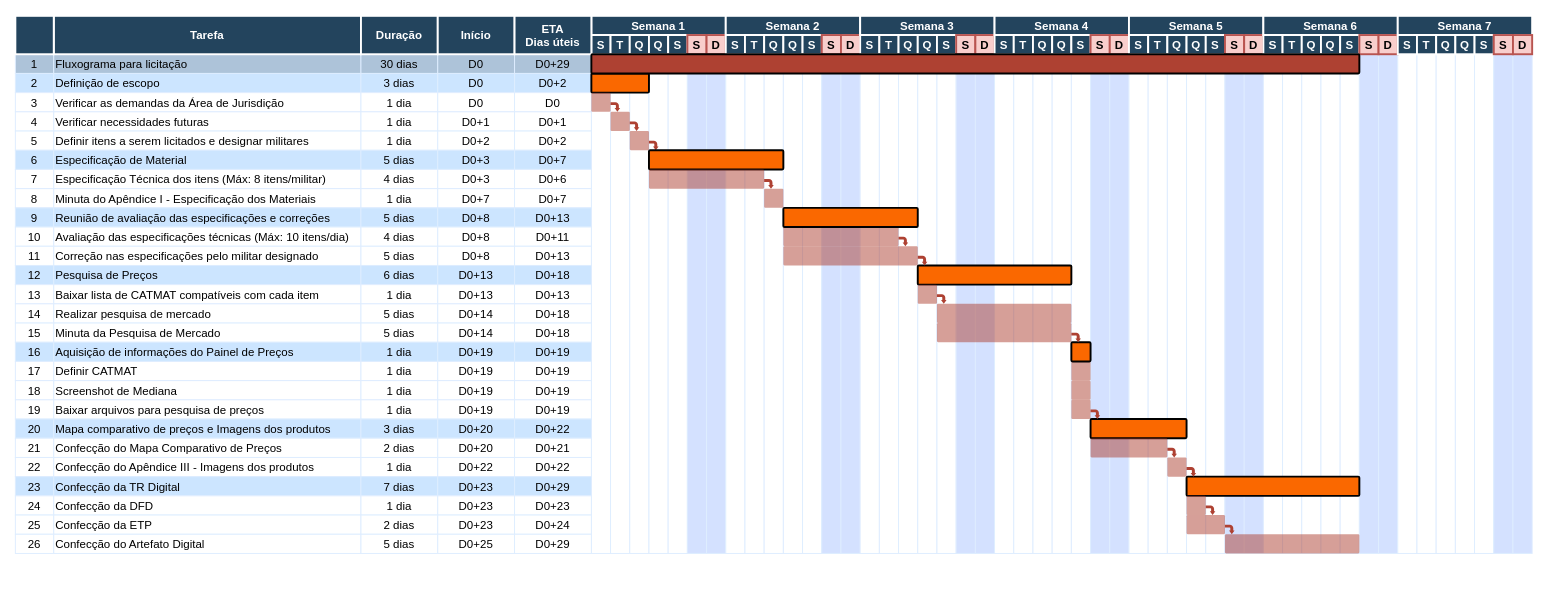
Above: Diagrama_Gant_Licitacao.drawio in Joaovictor-gf/draw.io (draw.io), before the change. Source tidied: cells renumbered, new cells numbered last; positions are measured from the earlier drawing's top-left corner, leaving out a move shared by most shapes. Both pictures are drawn from the tidied source at 96%, with x=0, y=0 at pixel (14, 15).
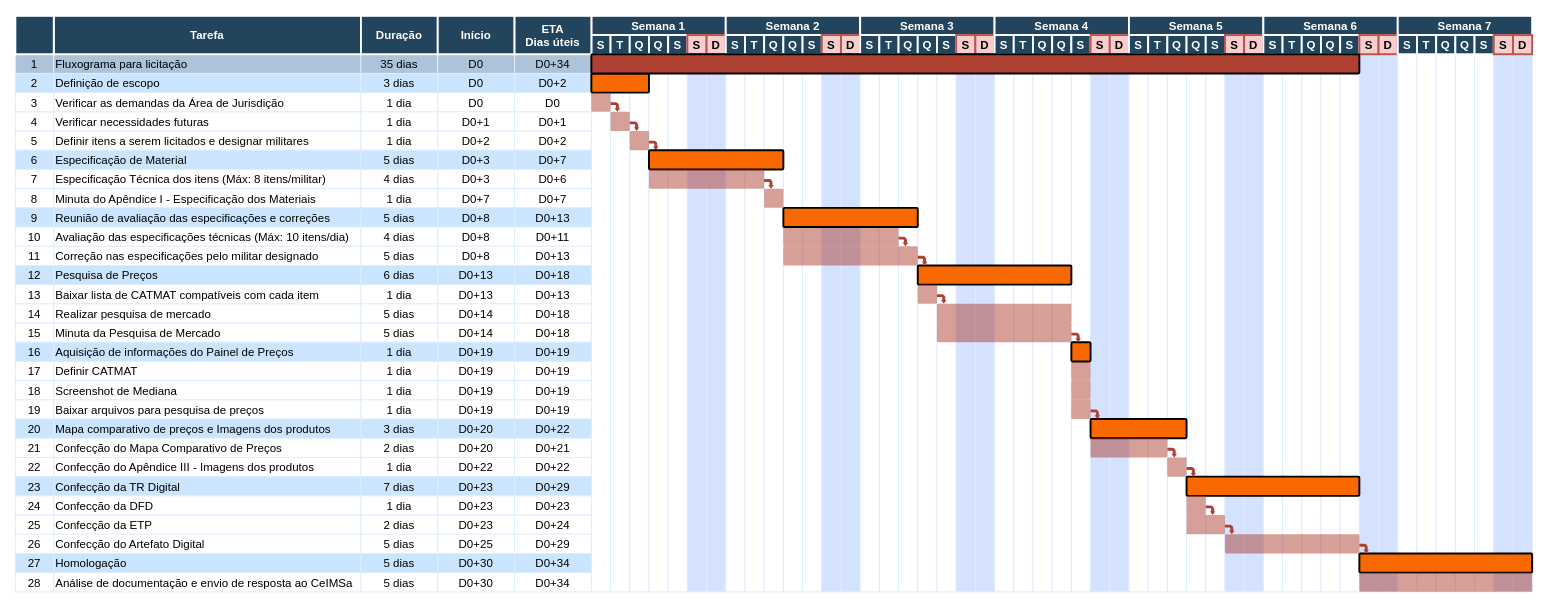
After the change.

Commit message:
Inserção de etapa de homologação Diagrama_Gant_Licitacao.drawio

Diff of the diagram source:
```diff
@@
-    <mxCell id="4" value="30 dias" style="strokeColor=#DEEDFF;fillColor=#ADC3D9;" parent="1" vertex="1">
+    <mxCell id="4" value="35 dias" style="strokeColor=#DEEDFF;fillColor=#ADC3D9;" parent="1" vertex="1">
       <mxGeometry x="360.5" y="40" width="80" height="20" as="geometry" />
     </mxCell>
@@
-    <mxCell id="6" value="D0+29" style="strokeColor=#DEEDFF;fillColor=#ADC3D9;" parent="1" vertex="1">
+    <mxCell id="6" value="D0+34" style="strokeColor=#DEEDFF;fillColor=#ADC3D9;" parent="1" vertex="1">
       <mxGeometry x="520.5" y="40" width="80" height="20" as="geometry" />
     </mxCell>
-    <mxCell id="7" style="strokeColor=#DEEDFF;" parent="1" vertex="1">
-      <mxGeometry x="600.5" y="40" width="20" height="520" as="geometry" />
+    <mxCell id="7" style="strokeColor=#DEEDFF;rotation=0;" parent="1" vertex="1">
+      <mxGeometry x="600.5" y="40" width="20" height="560" as="geometry" />
     </mxCell>
@@
-    <mxCell id="133" style="strokeColor=#DEEDFF;" parent="1" vertex="1">
-      <mxGeometry x="620.5" y="40" width="20" height="520" as="geometry" />
+    <mxCell id="133" style="strokeColor=#DEEDFF;rotation=0;" parent="1" vertex="1">
+      <mxGeometry x="620.5" y="40" width="20" height="560" as="geometry" />
     </mxCell>
-    <mxCell id="134" style="strokeColor=#DEEDFF;" parent="1" vertex="1">
-      <mxGeometry x="640.5" y="40" width="20" height="520" as="geometry" />
+    <mxCell id="134" style="strokeColor=#DEEDFF;rotation=0;" parent="1" vertex="1">
+      <mxGeometry x="640.5" y="40" width="20" height="560" as="geometry" />
     </mxCell>
-    <mxCell id="135" style="strokeColor=#DEEDFF;" parent="1" vertex="1">
-      <mxGeometry x="660.5" y="40" width="20" height="520" as="geometry" />
+    <mxCell id="135" style="strokeColor=#DEEDFF;rotation=0;" parent="1" vertex="1">
+      <mxGeometry x="660.5" y="40" width="20" height="560" as="geometry" />
     </mxCell>
-    <mxCell id="136" style="strokeColor=#DEEDFF;" parent="1" vertex="1">
-      <mxGeometry x="680.5" y="40" width="20" height="520" as="geometry" />
+    <mxCell id="136" style="strokeColor=#DEEDFF;rotation=0;" parent="1" vertex="1">
+      <mxGeometry x="680.5" y="40" width="20" height="560" as="geometry" />
     </mxCell>
-    <mxCell id="137" style="strokeColor=#DEEDFF;fillColor=#D4E1FF;" parent="1" vertex="1">
-      <mxGeometry x="700.5" y="40" width="20" height="520" as="geometry" />
+    <mxCell id="137" style="strokeColor=#DEEDFF;fillColor=#D4E1FF;rotation=0;" parent="1" vertex="1">
+      <mxGeometry x="700.5" y="40" width="20" height="560" as="geometry" />
     </mxCell>
-    <mxCell id="138" style="strokeColor=#DEEDFF;fillColor=#D4E1FF;" parent="1" vertex="1">
-      <mxGeometry x="720.5" y="40" width="20" height="520" as="geometry" />
+    <mxCell id="138" style="strokeColor=#DEEDFF;fillColor=#D4E1FF;rotation=0;" parent="1" vertex="1">
+      <mxGeometry x="720.5" y="40" width="20" height="560" as="geometry" />
     </mxCell>
-    <mxCell id="139" style="strokeColor=#DEEDFF;" parent="1" vertex="1">
-      <mxGeometry x="740.5" y="40" width="20" height="520" as="geometry" />
+    <mxCell id="139" style="strokeColor=#DEEDFF;rotation=0;" parent="1" vertex="1">
+      <mxGeometry x="740.5" y="40" width="20" height="560" as="geometry" />
     </mxCell>
-    <mxCell id="140" style="strokeColor=#DEEDFF;" parent="1" vertex="1">
-      <mxGeometry x="760.5" y="40" width="20" height="520" as="geometry" />
+    <mxCell id="140" style="strokeColor=#DEEDFF;rotation=0;" parent="1" vertex="1">
+      <mxGeometry x="760.5" y="40" width="20" height="560" as="geometry" />
     </mxCell>
-    <mxCell id="141" style="strokeColor=#DEEDFF;" parent="1" vertex="1">
-      <mxGeometry x="780.5" y="40" width="20" height="520" as="geometry" />
+    <mxCell id="141" style="strokeColor=#DEEDFF;rotation=0;" parent="1" vertex="1">
+      <mxGeometry x="780.5" y="40" width="20" height="560" as="geometry" />
     </mxCell>
-    <mxCell id="142" style="strokeColor=#DEEDFF;" parent="1" vertex="1">
-      <mxGeometry x="800.5" y="40" width="20" height="520" as="geometry" />
+    <mxCell id="142" style="strokeColor=#DEEDFF;rotation=0;" parent="1" vertex="1">
+      <mxGeometry x="800.5" y="40" width="20" height="560" as="geometry" />
     </mxCell>
-    <mxCell id="143" style="strokeColor=#DEEDFF;" parent="1" vertex="1">
-      <mxGeometry x="820.5" y="40" width="20" height="520" as="geometry" />
+    <mxCell id="143" style="strokeColor=#DEEDFF;rotation=0;" parent="1" vertex="1">
+      <mxGeometry x="820.5" y="40" width="20" height="560" as="geometry" />
     </mxCell>
-    <mxCell id="144" style="strokeColor=#DEEDFF;fillColor=#D4E1FF;" parent="1" vertex="1">
-      <mxGeometry x="840.5" y="40" width="20" height="520" as="geometry" />
+    <mxCell id="144" style="strokeColor=#DEEDFF;fillColor=#D4E1FF;rotation=0;" parent="1" vertex="1">
+      <mxGeometry x="840.5" y="40" width="20" height="560" as="geometry" />
     </mxCell>
-    <mxCell id="145" style="strokeColor=#DEEDFF;fillColor=#D4E1FF;" parent="1" vertex="1">
-      <mxGeometry x="860.5" y="40" width="20" height="520" as="geometry" />
+    <mxCell id="145" style="strokeColor=#DEEDFF;fillColor=#D4E1FF;rotation=0;" parent="1" vertex="1">
+      <mxGeometry x="860.5" y="40" width="20" height="560" as="geometry" />
     </mxCell>
-    <mxCell id="146" style="strokeColor=#DEEDFF;" parent="1" vertex="1">
-      <mxGeometry x="880.5" y="40" width="20" height="520" as="geometry" />
+    <mxCell id="146" style="strokeColor=#DEEDFF;rotation=0;" parent="1" vertex="1">
+      <mxGeometry x="880.5" y="40" width="20" height="560" as="geometry" />
     </mxCell>
-    <mxCell id="147" style="strokeColor=#DEEDFF;" parent="1" vertex="1">
-      <mxGeometry x="900.5" y="40" width="20" height="520" as="geometry" />
+    <mxCell id="147" style="strokeColor=#DEEDFF;rotation=0;" parent="1" vertex="1">
+      <mxGeometry x="900.5" y="40" width="20" height="560" as="geometry" />
     </mxCell>
-    <mxCell id="148" style="strokeColor=#DEEDFF;" parent="1" vertex="1">
-      <mxGeometry x="920.5" y="40" width="20" height="520" as="geometry" />
+    <mxCell id="148" style="strokeColor=#DEEDFF;rotation=0;" parent="1" vertex="1">
+      <mxGeometry x="920.5" y="40" width="20" height="560" as="geometry" />
     </mxCell>
-    <mxCell id="149" style="strokeColor=#DEEDFF;" parent="1" vertex="1">
-      <mxGeometry x="940.5" y="40" width="20" height="520" as="geometry" />
+    <mxCell id="149" style="strokeColor=#DEEDFF;rotation=0;" parent="1" vertex="1">
+      <mxGeometry x="940.5" y="40" width="20" height="560" as="geometry" />
     </mxCell>
-    <mxCell id="150" style="strokeColor=#DEEDFF;" parent="1" vertex="1">
-      <mxGeometry x="960.5" y="40" width="20" height="520" as="geometry" />
+    <mxCell id="150" style="strokeColor=#DEEDFF;rotation=0;" parent="1" vertex="1">
+      <mxGeometry x="960.5" y="40" width="20" height="560" as="geometry" />
     </mxCell>
-    <mxCell id="151" style="strokeColor=#DEEDFF;fillColor=#D4E1FF;" parent="1" vertex="1">
-      <mxGeometry x="980.5" y="40" width="20" height="520" as="geometry" />
+    <mxCell id="151" style="strokeColor=#DEEDFF;fillColor=#D4E1FF;rotation=0;" parent="1" vertex="1">
+      <mxGeometry x="980.5" y="40" width="20" height="560" as="geometry" />
     </mxCell>
-    <mxCell id="152" style="strokeColor=#DEEDFF;fillColor=#D4E1FF;" parent="1" vertex="1">
-      <mxGeometry x="1000.5" y="40" width="20" height="520" as="geometry" />
+    <mxCell id="152" style="strokeColor=#DEEDFF;fillColor=#D4E1FF;rotation=0;" parent="1" vertex="1">
+      <mxGeometry x="1000.5" y="40" width="20" height="560" as="geometry" />
     </mxCell>
-    <mxCell id="153" style="strokeColor=#DEEDFF;" parent="1" vertex="1">
-      <mxGeometry x="1020.5" y="40" width="20" height="520" as="geometry" />
+    <mxCell id="153" style="strokeColor=#DEEDFF;rotation=0;" parent="1" vertex="1">
+      <mxGeometry x="1020.5" y="40" width="20" height="560" as="geometry" />
     </mxCell>
-    <mxCell id="154" style="strokeColor=#DEEDFF;" parent="1" vertex="1">
-      <mxGeometry x="1040.5" y="40" width="20" height="520" as="geometry" />
+    <mxCell id="154" style="strokeColor=#DEEDFF;rotation=0;" parent="1" vertex="1">
+      <mxGeometry x="1040.5" y="40" width="20" height="560" as="geometry" />
     </mxCell>
-    <mxCell id="155" style="strokeColor=#DEEDFF;" parent="1" vertex="1">
-      <mxGeometry x="1060.5" y="40" width="20" height="520" as="geometry" />
+    <mxCell id="155" style="strokeColor=#DEEDFF;rotation=0;" parent="1" vertex="1">
+      <mxGeometry x="1060.5" y="40" width="20" height="560" as="geometry" />
     </mxCell>
-    <mxCell id="156" style="strokeColor=#DEEDFF;" parent="1" vertex="1">
-      <mxGeometry x="1080.5" y="40" width="20" height="520" as="geometry" />
+    <mxCell id="156" style="strokeColor=#DEEDFF;rotation=0;" parent="1" vertex="1">
+      <mxGeometry x="1080.5" y="40" width="20" height="560" as="geometry" />
     </mxCell>
-    <mxCell id="157" style="strokeColor=#DEEDFF;" parent="1" vertex="1">
-      <mxGeometry x="1100.5" y="40" width="20" height="520" as="geometry" />
+    <mxCell id="157" style="strokeColor=#DEEDFF;rotation=0;" parent="1" vertex="1">
+      <mxGeometry x="1100.5" y="40" width="20" height="560" as="geometry" />
     </mxCell>
-    <mxCell id="158" style="strokeColor=#DEEDFF;fillColor=#D4E1FF;" parent="1" vertex="1">
-      <mxGeometry x="1120.5" y="40" width="20" height="520" as="geometry" />
+    <mxCell id="158" style="strokeColor=#DEEDFF;fillColor=#D4E1FF;rotation=0;" parent="1" vertex="1">
+      <mxGeometry x="1120.5" y="40" width="20" height="560" as="geometry" />
     </mxCell>
-    <mxCell id="159" style="strokeColor=#DEEDFF;fillColor=#D4E1FF;" parent="1" vertex="1">
-      <mxGeometry x="1140.5" y="40" width="20" height="520" as="geometry" />
+    <mxCell id="159" style="strokeColor=#DEEDFF;fillColor=#D4E1FF;rotation=0;" parent="1" vertex="1">
+      <mxGeometry x="1140.5" y="40" width="20" height="560" as="geometry" />
     </mxCell>
-    <mxCell id="160" style="strokeColor=#DEEDFF;" parent="1" vertex="1">
-      <mxGeometry x="1160.5" y="40" width="20" height="520" as="geometry" />
+    <mxCell id="160" style="strokeColor=#DEEDFF;rotation=0;" parent="1" vertex="1">
+      <mxGeometry x="1160.5" y="40" width="20" height="560" as="geometry" />
     </mxCell>
-    <mxCell id="161" style="strokeColor=#DEEDFF;" parent="1" vertex="1">
-      <mxGeometry x="1180.5" y="40" width="20" height="520" as="geometry" />
+    <mxCell id="161" style="strokeColor=#DEEDFF;rotation=0;" parent="1" vertex="1">
+      <mxGeometry x="1180.5" y="40" width="20" height="560" as="geometry" />
     </mxCell>
-    <mxCell id="162" style="strokeColor=#DEEDFF;" parent="1" vertex="1">
-      <mxGeometry x="1200.5" y="40" width="20" height="520" as="geometry" />
+    <mxCell id="162" style="strokeColor=#DEEDFF;rotation=0;" parent="1" vertex="1">
+      <mxGeometry x="1200.5" y="40" width="20" height="560" as="geometry" />
     </mxCell>
-    <mxCell id="163" style="strokeColor=#DEEDFF;" parent="1" vertex="1">
-      <mxGeometry x="1220.5" y="40" width="20" height="520" as="geometry" />
+    <mxCell id="163" style="strokeColor=#DEEDFF;rotation=0;" parent="1" vertex="1">
+      <mxGeometry x="1220.5" y="40" width="20" height="560" as="geometry" />
     </mxCell>
-    <mxCell id="164" style="strokeColor=#DEEDFF;" parent="1" vertex="1">
-      <mxGeometry x="1240.5" y="40" width="20" height="520" as="geometry" />
+    <mxCell id="164" style="strokeColor=#DEEDFF;rotation=0;" parent="1" vertex="1">
+      <mxGeometry x="1240.5" y="40" width="20" height="560" as="geometry" />
     </mxCell>
-    <mxCell id="165" style="strokeColor=#DEEDFF;fillColor=#D4E1FF;" parent="1" vertex="1">
-      <mxGeometry x="1260.5" y="40" width="20" height="520" as="geometry" />
+    <mxCell id="165" style="strokeColor=#DEEDFF;fillColor=#D4E1FF;rotation=0;" parent="1" vertex="1">
+      <mxGeometry x="1260.5" y="40" width="20" height="560" as="geometry" />
     </mxCell>
-    <mxCell id="166" style="strokeColor=#DEEDFF;fillColor=#D4E1FF;" parent="1" vertex="1">
-      <mxGeometry x="1280.5" y="40" width="20" height="520" as="geometry" />
+    <mxCell id="166" style="strokeColor=#DEEDFF;fillColor=#D4E1FF;rotation=0;" parent="1" vertex="1">
+      <mxGeometry x="1280.5" y="40" width="20" height="560" as="geometry" />
     </mxCell>
-    <mxCell id="167" style="strokeColor=#DEEDFF;" parent="1" vertex="1">
-      <mxGeometry x="1300.5" y="40" width="20" height="520" as="geometry" />
+    <mxCell id="167" style="strokeColor=#DEEDFF;rotation=0;" parent="1" vertex="1">
+      <mxGeometry x="1300.5" y="40" width="20" height="560" as="geometry" />
     </mxCell>
-    <mxCell id="168" style="strokeColor=#DEEDFF;" parent="1" vertex="1">
-      <mxGeometry x="1320.5" y="40" width="20" height="520" as="geometry" />
+    <mxCell id="168" style="strokeColor=#DEEDFF;rotation=0;" parent="1" vertex="1">
+      <mxGeometry x="1320.5" y="40" width="20" height="560" as="geometry" />
     </mxCell>
-    <mxCell id="169" style="strokeColor=#DEEDFF;" parent="1" vertex="1">
-      <mxGeometry x="1340.5" y="40" width="20" height="520" as="geometry" />
+    <mxCell id="169" style="strokeColor=#DEEDFF;rotation=0;" parent="1" vertex="1">
+      <mxGeometry x="1340.5" y="40" width="20" height="560" as="geometry" />
     </mxCell>
-    <mxCell id="170" style="strokeColor=#DEEDFF;" parent="1" vertex="1">
-      <mxGeometry x="1360.5" y="40" width="20" height="520" as="geometry" />
+    <mxCell id="170" style="strokeColor=#DEEDFF;rotation=0;" parent="1" vertex="1">
+      <mxGeometry x="1360.5" y="40" width="20" height="560" as="geometry" />
     </mxCell>
-    <mxCell id="171" style="strokeColor=#DEEDFF;" parent="1" vertex="1">
-      <mxGeometry x="1380.5" y="40" width="20" height="520" as="geometry" />
+    <mxCell id="171" style="strokeColor=#DEEDFF;rotation=0;" parent="1" vertex="1">
+      <mxGeometry x="1380.5" y="40" width="20" height="560" as="geometry" />
     </mxCell>
-    <mxCell id="172" style="strokeColor=#DEEDFF;fillColor=#D4E1FF;" parent="1" vertex="1">
-      <mxGeometry x="1400.5" y="40" width="20" height="520" as="geometry" />
+    <mxCell id="172" style="strokeColor=#DEEDFF;fillColor=#D4E1FF;rotation=0;" parent="1" vertex="1">
+      <mxGeometry x="1400.5" y="40" width="20" height="560" as="geometry" />
     </mxCell>
-    <mxCell id="173" style="strokeColor=#DEEDFF;fillColor=#D4E1FF;" parent="1" vertex="1">
-      <mxGeometry x="1420.5" y="40" width="20" height="520" as="geometry" />
+    <mxCell id="173" style="strokeColor=#DEEDFF;fillColor=#D4E1FF;rotation=0;" parent="1" vertex="1">
+      <mxGeometry x="1420.5" y="40" width="20" height="560" as="geometry" />
     </mxCell>
-    <mxCell id="174" style="strokeColor=#DEEDFF;" parent="1" vertex="1">
-      <mxGeometry x="1440.5" y="40" width="20" height="520" as="geometry" />
+    <mxCell id="174" style="strokeColor=#DEEDFF;rotation=0;" parent="1" vertex="1">
+      <mxGeometry x="1440.5" y="40" width="20" height="560" as="geometry" />
     </mxCell>
-    <mxCell id="175" style="strokeColor=#DEEDFF;" parent="1" vertex="1">
-      <mxGeometry x="1460.5" y="40" width="20" height="520" as="geometry" />
+    <mxCell id="175" style="strokeColor=#DEEDFF;rotation=0;" parent="1" vertex="1">
+      <mxGeometry x="1460.5" y="40" width="20" height="560" as="geometry" />
     </mxCell>
-    <mxCell id="176" style="strokeColor=#DEEDFF;" parent="1" vertex="1">
-      <mxGeometry x="1480.5" y="40" width="20" height="520" as="geometry" />
+    <mxCell id="176" style="strokeColor=#DEEDFF;rotation=0;" parent="1" vertex="1">
+      <mxGeometry x="1480.5" y="40" width="20" height="560" as="geometry" />
     </mxCell>
-    <mxCell id="177" style="strokeColor=#DEEDFF;" parent="1" vertex="1">
-      <mxGeometry x="1500.5" y="40" width="20" height="520" as="geometry" />
+    <mxCell id="177" style="strokeColor=#DEEDFF;rotation=0;" parent="1" vertex="1">
+      <mxGeometry x="1500.5" y="40" width="20" height="560" as="geometry" />
     </mxCell>
-    <mxCell id="178" style="strokeColor=#DEEDFF;" parent="1" vertex="1">
-      <mxGeometry x="1520.5" y="40" width="20" height="520" as="geometry" />
+    <mxCell id="178" style="strokeColor=#DEEDFF;rotation=0;" parent="1" vertex="1">
+      <mxGeometry x="1520.5" y="40" width="20" height="560" as="geometry" />
     </mxCell>
-    <mxCell id="179" style="strokeColor=#DEEDFF;fillColor=#D4E1FF;" parent="1" vertex="1">
-      <mxGeometry x="1540.5" y="40" width="20" height="520" as="geometry" />
+    <mxCell id="179" style="strokeColor=#DEEDFF;fillColor=#D4E1FF;rotation=0;" parent="1" vertex="1">
+      <mxGeometry x="1540.5" y="40" width="20" height="560" as="geometry" />
     </mxCell>
-    <mxCell id="180" style="strokeColor=#DEEDFF;fillColor=#D4E1FF;" parent="1" vertex="1">
-      <mxGeometry x="1560.5" y="40" width="20" height="520" as="geometry" />
+    <mxCell id="180" style="strokeColor=#DEEDFF;fillColor=#D4E1FF;rotation=0;" parent="1" vertex="1">
+      <mxGeometry x="1560.5" y="40" width="20" height="560" as="geometry" />
     </mxCell>
@@
+    <mxCell id="281" value="27" style="strokeColor=#DEEDFF;fillColor=#CCE5FF;" parent="1" vertex="1">
+      <mxGeometry x="0.5" y="560" width="40" height="20" as="geometry" />
+    </mxCell>
+    <mxCell id="282" value="Homologação" style="align=left;strokeColor=#DEEDFF;fillColor=#CCE5FF;" parent="1" vertex="1">
+      <mxGeometry x="40.5" y="560" width="320" height="20" as="geometry" />
+    </mxCell>
+    <mxCell id="283" value="5 dias" style="strokeColor=#DEEDFF;fillColor=#CCE5FF;" parent="1" vertex="1">
+      <mxGeometry x="360.5" y="560" width="80" height="20" as="geometry" />
+    </mxCell>
+    <mxCell id="284" value="D0+30" style="strokeColor=#DEEDFF;fillColor=#CCE5FF;" parent="1" vertex="1">
+      <mxGeometry x="440.5" y="560" width="80" height="20" as="geometry" />
+    </mxCell>
+    <mxCell id="285" value="D0+34" style="strokeColor=#DEEDFF;fillColor=#CCE5FF;" parent="1" vertex="1">
+      <mxGeometry x="520.5" y="560" width="80" height="20" as="geometry" />
+    </mxCell>
+    <mxCell id="286" value="28" style="strokeColor=#DEEDFF;" parent="1" vertex="1">
+      <mxGeometry x="0.5" y="580" width="40" height="20" as="geometry" />
+    </mxCell>
+    <mxCell id="287" value="Análise de documentação e envio de resposta ao CeIMSa" style="align=left;strokeColor=#DEEDFF;" parent="1" vertex="1">
+      <mxGeometry x="40.5" y="580" width="320" height="20" as="geometry" />
+    </mxCell>
+    <mxCell id="288" value="5 dias" style="strokeColor=#DEEDFF;" parent="1" vertex="1">
+      <mxGeometry x="360.5" y="580" width="80" height="20" as="geometry" />
+    </mxCell>
+    <mxCell id="289" value="D0+30" style="strokeColor=#DEEDFF;" parent="1" vertex="1">
+      <mxGeometry x="440.5" y="580" width="80" height="20" as="geometry" />
+    </mxCell>
+    <mxCell id="290" value="D0+34" style="strokeColor=#DEEDFF;" parent="1" vertex="1">
+      <mxGeometry x="520.5" y="580" width="80" height="20" as="geometry" />
+    </mxCell>
+    <mxCell id="291" style="shape=mxgraph.flowchart.process;fillColor=#FA6800;strokeColor=default;strokeWidth=2;rotation=0;" parent="1" vertex="1">
+      <mxGeometry x="1400.5" y="560" width="180" height="20" as="geometry" />
+    </mxCell>
+    <mxCell id="292" style="shape=mxgraph.arrows.bent_right_arrow;fillColor=#AE4132;strokeColor=none;strokeWidth=2;direction=south;" parent="1" vertex="1">
+      <mxGeometry x="1400.5" y="550" width="10" height="10" as="geometry" />
+    </mxCell>
+    <mxCell id="293" style="shape=mxgraph.flowchart.process;fillColor=#AE4132;strokeColor=none;strokeWidth=2;opacity=50;rotation=0;" parent="1" vertex="1">
+      <mxGeometry x="1400.5" y="580" width="180" height="20" as="geometry" />
+    </mxCell>
```
